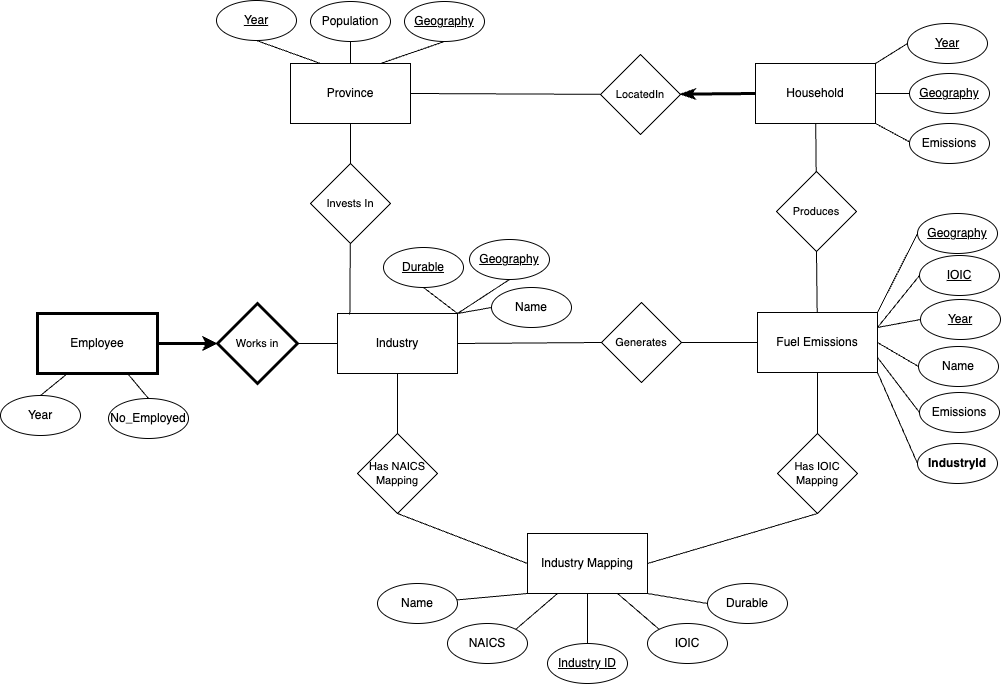
This is a4_database/updated_er_diagram.png from Kaylan-W/ghg-emissions-cpsc_368, a draw.io export, as it was before one commit. Source tidied: cells renumbered, new cells last; positions are measured from the earlier drawing's top-left corner, leaving out a move shared by most shapes.
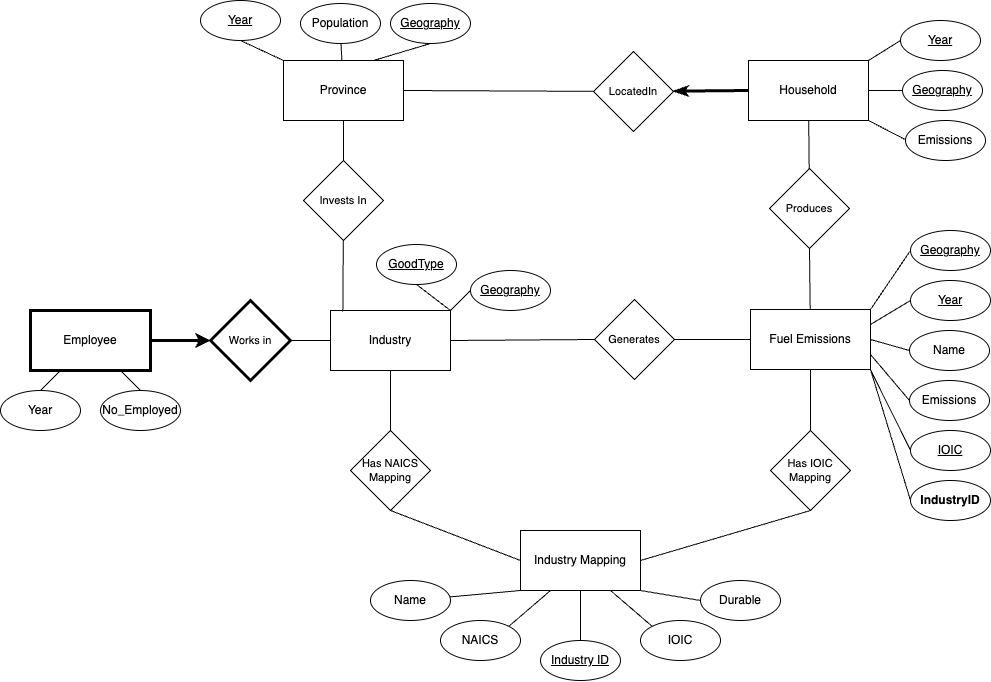
Above is the later version.

What changed in the source:
```diff
@@ -20,8 +20,10 @@
     <mxCell id="7" style="edgeStyle=none;shape=connector;rounded=0;jettySize=auto;html=1;entryX=0;entryY=0.5;entryDx=0;entryDy=0;labelBackgroundColor=default;strokeColor=default;align=center;verticalAlign=middle;fontFamily=Helvetica;fontSize=11;fontColor=default;endArrow=none;endFill=0;exitX=1;exitY=0.5;exitDx=0;exitDy=0;" parent="1" edge="1" source="9" target="17">
       <mxGeometry relative="1" as="geometry" />
     </mxCell>
-    <mxCell id="8" style="edgeStyle=none;shape=connector;rounded=0;jettySize=auto;html=1;exitX=0.5;exitY=1;exitDx=0;exitDy=0;entryX=0.5;entryY=0;entryDx=0;entryDy=0;labelBackgroundColor=default;strokeColor=default;align=center;verticalAlign=middle;fontFamily=Helvetica;fontSize=11;fontColor=default;endArrow=none;endFill=0;" parent="1" edge="1" source="9" target="43">
-      <mxGeometry relative="1" as="geometry" />
+    <mxCell id="8" style="edgeStyle=none;shape=connector;rounded=0;jettySize=auto;html=1;entryX=0.5;entryY=0;entryDx=0;entryDy=0;labelBackgroundColor=default;strokeColor=default;align=center;verticalAlign=middle;fontFamily=Helvetica;fontSize=11;fontColor=default;endArrow=none;endFill=0;" parent="1" edge="1" target="43">
+      <mxGeometry relative="1" as="geometry">
+        <mxPoint x="817" y="372" as="sourcePoint" />
+      </mxGeometry>
     </mxCell>
     <mxCell id="9" value="Fuel Emissions" style="whiteSpace=wrap;html=1;" parent="1" vertex="1">
       <mxGeometry x="757" y="312" width="120" height="60" as="geometry" />
@@ -33,22 +35,22 @@
       <mxGeometry x="290" y="63" width="120" height="60" as="geometry" />
     </mxCell>
     <mxCell id="12" value="Population" style="ellipse;whiteSpace=wrap;html=1;" parent="1" vertex="1">
-      <mxGeometry x="310" y="1" width="80" height="40" as="geometry" />
+      <mxGeometry x="307" y="6" width="80" height="40" as="geometry" />
     </mxCell>
     <mxCell id="13" style="edgeStyle=none;shape=connector;rounded=0;jettySize=auto;html=1;exitX=0.5;exitY=1;exitDx=0;exitDy=0;entryX=0.75;entryY=0;entryDx=0;entryDy=0;labelBackgroundColor=default;strokeColor=default;align=center;verticalAlign=middle;fontFamily=Helvetica;fontSize=11;fontColor=default;endArrow=none;endFill=0;" parent="1" edge="1" source="14" target="11">
       <mxGeometry relative="1" as="geometry" />
     </mxCell>
     <mxCell id="14" value="&lt;u&gt;Geography&lt;/u&gt;" style="ellipse;whiteSpace=wrap;html=1;" parent="1" vertex="1">
-      <mxGeometry x="404" y="1" width="80" height="40" as="geometry" />
+      <mxGeometry x="397" y="6" width="80" height="40" as="geometry" />
     </mxCell>
     <mxCell id="15" value="Emissions" style="ellipse;whiteSpace=wrap;html=1;" parent="1" vertex="1">
-      <mxGeometry x="919" y="392" width="80" height="40" as="geometry" />
+      <mxGeometry x="916" y="383" width="80" height="40" as="geometry" />
     </mxCell>
     <mxCell id="16" value="&lt;u&gt;Year&lt;/u&gt;" style="ellipse;whiteSpace=wrap;html=1;" parent="1" vertex="1">
-      <mxGeometry x="920" y="299" width="80" height="40" as="geometry" />
+      <mxGeometry x="917" y="283" width="80" height="40" as="geometry" />
     </mxCell>
     <mxCell id="17" value="Name" style="ellipse;whiteSpace=wrap;html=1;" parent="1" vertex="1">
-      <mxGeometry x="918" y="346" width="80" height="40" as="geometry" />
+      <mxGeometry x="916" y="333" width="80" height="40" as="geometry" />
     </mxCell>
     <mxCell id="18" style="edgeStyle=none;shape=connector;rounded=0;jettySize=auto;html=1;entryX=1;entryY=0.25;entryDx=0;entryDy=0;labelBackgroundColor=default;strokeColor=default;align=center;verticalAlign=middle;fontFamily=Helvetica;fontSize=11;fontColor=default;endArrow=none;endFill=0;exitX=0;exitY=0.5;exitDx=0;exitDy=0;" parent="1" edge="1" source="16" target="9">
       <mxGeometry relative="1" as="geometry" />
@@ -80,29 +82,21 @@
     <mxCell id="27" value="Name" style="ellipse;whiteSpace=wrap;html=1;" parent="1" vertex="1">
       <mxGeometry x="377" y="583" width="80" height="40" as="geometry" />
     </mxCell>
-    <mxCell id="28" style="edgeStyle=none;shape=connector;rounded=0;jettySize=auto;html=1;exitX=0;exitY=0.5;exitDx=0;exitDy=0;labelBackgroundColor=default;strokeColor=default;align=center;verticalAlign=middle;fontFamily=Helvetica;fontSize=11;fontColor=default;endArrow=none;endFill=0;" parent="1" edge="1" source="29">
-      <mxGeometry relative="1" as="geometry">
-        <mxPoint x="457" y="313" as="targetPoint" />
-      </mxGeometry>
-    </mxCell>
-    <mxCell id="29" value="Name" style="ellipse;whiteSpace=wrap;html=1;" parent="1" vertex="1">
-      <mxGeometry x="491" y="287" width="80" height="40" as="geometry" />
-    </mxCell>
-    <mxCell id="30" style="edgeStyle=none;shape=connector;rounded=0;jettySize=auto;html=1;exitX=0.5;exitY=1;exitDx=0;exitDy=0;entryX=1;entryY=0;entryDx=0;entryDy=0;labelBackgroundColor=default;strokeColor=default;align=center;verticalAlign=middle;fontFamily=Helvetica;fontSize=11;fontColor=default;endArrow=none;endFill=0;" parent="1" edge="1" source="31" target="3">
+    <mxCell id="30" style="edgeStyle=none;shape=connector;rounded=0;jettySize=auto;html=1;exitX=0;exitY=0.5;exitDx=0;exitDy=0;entryX=1;entryY=0;entryDx=0;entryDy=0;labelBackgroundColor=default;strokeColor=default;align=center;verticalAlign=middle;fontFamily=Helvetica;fontSize=11;fontColor=default;endArrow=none;endFill=0;" parent="1" edge="1" source="31" target="3">
       <mxGeometry relative="1" as="geometry" />
     </mxCell>
     <mxCell id="31" value="&lt;u&gt;Geography&lt;/u&gt;" style="ellipse;whiteSpace=wrap;html=1;" parent="1" vertex="1">
-      <mxGeometry x="469" y="239" width="80" height="40" as="geometry" />
+      <mxGeometry x="477" y="273" width="80" height="40" as="geometry" />
     </mxCell>
     <mxCell id="32" style="edgeStyle=none;shape=connector;rounded=0;jettySize=auto;html=1;exitX=0.5;exitY=1;exitDx=0;exitDy=0;labelBackgroundColor=default;strokeColor=default;align=center;verticalAlign=middle;fontFamily=Helvetica;fontSize=11;fontColor=default;endArrow=none;endFill=0;" parent="1" edge="1" source="33">
       <mxGeometry relative="1" as="geometry">
         <mxPoint x="457" y="313" as="targetPoint" />
       </mxGeometry>
     </mxCell>
-    <mxCell id="33" value="&lt;u&gt;Durable&lt;/u&gt;" style="ellipse;whiteSpace=wrap;html=1;" parent="1" vertex="1">
+    <mxCell id="33" value="&lt;u&gt;GoodType&lt;/u&gt;" style="ellipse;whiteSpace=wrap;html=1;" parent="1" vertex="1">
       <mxGeometry x="383" y="247" width="80" height="40" as="geometry" />
     </mxCell>
-    <mxCell id="34" style="edgeStyle=none;shape=connector;rounded=0;jettySize=auto;html=1;entryX=0.5;entryY=0;entryDx=0;entryDy=0;labelBackgroundColor=default;strokeColor=default;align=center;verticalAlign=middle;fontFamily=Helvetica;fontSize=11;fontColor=default;endArrow=none;endFill=0;exitX=0.25;exitY=1;exitDx=0;exitDy=0;" parent="1" edge="1" source="36" target="38">
+    <mxCell id="34" style="edgeStyle=none;shape=connector;rounded=0;jettySize=auto;html=1;entryX=0.5;entryY=0;entryDx=0;entryDy=0;labelBackgroundColor=default;strokeColor=default;align=center;verticalAlign=middle;fontFamily=Helvetica;fontSize=11;fontColor=default;endArrow=none;endFill=0;" parent="1" edge="1" source="36" target="38">
       <mxGeometry relative="1" as="geometry" />
     </mxCell>
     <mxCell id="35" style="edgeStyle=none;shape=connector;rounded=0;jettySize=auto;html=1;entryX=0;entryY=0.5;entryDx=0;entryDy=0;labelBackgroundColor=default;strokeColor=default;align=center;verticalAlign=middle;fontFamily=Helvetica;fontSize=11;fontColor=default;endArrow=classic;endFill=1;strokeWidth=3;" parent="1" edge="1" source="36" target="41">
@@ -112,10 +106,10 @@
       <mxGeometry x="37" y="313" width="120" height="60" as="geometry" />
     </mxCell>
     <mxCell id="37" value="No_Employed" style="ellipse;whiteSpace=wrap;html=1;" parent="1" vertex="1">
-      <mxGeometry x="108" y="398" width="80" height="40" as="geometry" />
+      <mxGeometry x="107" y="393" width="80" height="40" as="geometry" />
     </mxCell>
     <mxCell id="38" value="Year" style="ellipse;whiteSpace=wrap;html=1;" parent="1" vertex="1">
-      <mxGeometry y="395" width="80" height="40" as="geometry" />
+      <mxGeometry x="7" y="393" width="80" height="40" as="geometry" />
     </mxCell>
     <mxCell id="39" style="edgeStyle=none;shape=connector;rounded=0;jettySize=auto;html=1;entryX=0.75;entryY=1;entryDx=0;entryDy=0;labelBackgroundColor=default;strokeColor=default;align=center;verticalAlign=middle;fontFamily=Helvetica;fontSize=11;fontColor=default;endArrow=none;endFill=0;exitX=0.5;exitY=0;exitDx=0;exitDy=0;" parent="1" edge="1" source="37" target="36">
       <mxGeometry relative="1" as="geometry" />
@@ -162,11 +156,11 @@
     <mxCell id="53" value="&lt;u&gt;Geography&lt;/u&gt;" style="ellipse;whiteSpace=wrap;html=1;" parent="1" vertex="1">
       <mxGeometry x="909" y="73" width="80" height="40" as="geometry" />
     </mxCell>
-    <mxCell id="54" style="edgeStyle=none;shape=connector;rounded=0;jettySize=auto;html=1;exitX=0.5;exitY=1;exitDx=0;exitDy=0;labelBackgroundColor=default;strokeColor=default;align=center;verticalAlign=middle;fontFamily=Helvetica;fontSize=11;fontColor=default;endArrow=none;endFill=0;entryX=1;entryY=1;entryDx=0;entryDy=0;" parent="1" edge="1" source="55" target="52">
+    <mxCell id="54" style="edgeStyle=none;shape=connector;rounded=0;jettySize=auto;html=1;exitX=0.5;exitY=1;exitDx=0;exitDy=0;entryX=1;entryY=1;entryDx=0;entryDy=0;labelBackgroundColor=default;strokeColor=default;align=center;verticalAlign=middle;fontFamily=Helvetica;fontSize=11;fontColor=default;endArrow=none;endFill=0;" parent="1" edge="1" source="55" target="52">
       <mxGeometry relative="1" as="geometry" />
     </mxCell>
     <mxCell id="55" value="Emissions" style="ellipse;whiteSpace=wrap;html=1;" parent="1" vertex="1">
-      <mxGeometry x="909" y="123" width="80" height="40" as="geometry" />
+      <mxGeometry x="912" y="123" width="80" height="40" as="geometry" />
     </mxCell>
     <mxCell id="56" style="edgeStyle=none;shape=connector;rounded=0;jettySize=auto;html=1;entryX=0;entryY=0.5;entryDx=0;entryDy=0;labelBackgroundColor=default;strokeColor=default;align=center;verticalAlign=middle;fontFamily=Helvetica;fontSize=11;fontColor=default;endArrow=none;endFill=0;exitX=1;exitY=0.5;exitDx=0;exitDy=0;" parent="1" edge="1" source="3" target="47">
       <mxGeometry relative="1" as="geometry" />
@@ -189,35 +183,35 @@
     <mxCell id="62" value="Produces" style="rhombus;whiteSpace=wrap;html=1;fontFamily=Helvetica;fontSize=11;fontColor=default;" parent="1" vertex="1">
       <mxGeometry x="776" y="171" width="80" height="80" as="geometry" />
     </mxCell>
-    <mxCell id="63" style="edgeStyle=none;shape=connector;rounded=0;jettySize=auto;html=1;entryX=0.5;entryY=1;entryDx=0;entryDy=0;labelBackgroundColor=default;strokeColor=default;align=center;verticalAlign=middle;fontFamily=Helvetica;fontSize=11;fontColor=default;endArrow=none;endFill=0;exitX=0.25;exitY=0;exitDx=0;exitDy=0;" parent="1" edge="1" source="11" target="64">
-      <mxGeometry relative="1" as="geometry" />
-    </mxCell>
-    <mxCell id="64" value="&lt;u&gt;Year&lt;/u&gt;" style="ellipse;whiteSpace=wrap;html=1;" parent="1" vertex="1">
-      <mxGeometry x="216" width="80" height="40" as="geometry" />
-    </mxCell>
+    <mxCell id="69" style="edgeStyle=none;rounded=0;jettySize=auto;html=1;exitX=0;exitY=0.5;exitDx=0;exitDy=0;entryX=1;entryY=0;entryDx=0;entryDy=0;strokeColor=default;align=center;verticalAlign=middle;fontFamily=Helvetica;fontSize=11;fontColor=default;labelBackgroundColor=default;endArrow=none;endFill=0;" parent="1" edge="1" source="70" target="9">
+      <mxGeometry relative="1" as="geometry" />
+    </mxCell>
+    <mxCell id="70" value="&lt;u&gt;Geography&lt;/u&gt;" style="ellipse;whiteSpace=wrap;html=1;" parent="1" vertex="1">
+      <mxGeometry x="917" y="233" width="80" height="40" as="geometry" />
+    </mxCell>
+    <mxCell id="73" style="edgeStyle=none;rounded=0;jettySize=auto;html=1;exitX=0.5;exitY=1;exitDx=0;exitDy=0;entryX=0;entryY=0;entryDx=0;entryDy=0;strokeColor=default;align=center;verticalAlign=middle;fontFamily=Helvetica;fontSize=11;fontColor=default;labelBackgroundColor=default;endArrow=none;endFill=0;" parent="1" edge="1" source="74" target="11">
+      <mxGeometry relative="1" as="geometry" />
+    </mxCell>
+    <mxCell id="74" value="&lt;u&gt;Year&lt;/u&gt;" style="ellipse;whiteSpace=wrap;html=1;" parent="1" vertex="1">
+      <mxGeometry x="207" y="3" width="80" height="40" as="geometry" />
+    </mxCell>
+    <mxCell id="75" style="edgeStyle=none;rounded=0;jettySize=auto;html=1;exitX=0;exitY=0.5;exitDx=0;exitDy=0;entryX=1;entryY=0;entryDx=0;entryDy=0;strokeColor=default;align=center;verticalAlign=middle;fontFamily=Helvetica;fontSize=11;fontColor=default;labelBackgroundColor=default;endArrow=none;endFill=0;" parent="1" edge="1" source="76" target="52">
+      <mxGeometry relative="1" as="geometry" />
+    </mxCell>
+    <mxCell id="76" value="&lt;u&gt;Year&lt;/u&gt;" style="ellipse;whiteSpace=wrap;html=1;" parent="1" vertex="1">
+      <mxGeometry x="907" y="23" width="80" height="40" as="geometry" />
+    </mxCell>
-    <mxCell id="65" style="rounded=0;jettySize=auto;html=1;exitX=0;exitY=0.5;exitDx=0;exitDy=0;entryX=1;entryY=0.25;entryDx=0;entryDy=0;endArrow=none;endFill=0;" parent="1" edge="1" source="66" target="9">
+    <mxCell id="65" style="edgeStyle=none;rounded=0;jettySize=auto;html=1;exitX=0;exitY=0.5;exitDx=0;exitDy=0;entryX=1;entryY=1;entryDx=0;entryDy=0;strokeColor=default;align=center;verticalAlign=middle;fontFamily=Helvetica;fontSize=11;fontColor=default;labelBackgroundColor=default;endArrow=none;endFill=0;" parent="1" edge="1" source="66" target="9">
       <mxGeometry relative="1" as="geometry" />
     </mxCell>
     <mxCell id="66" value="&lt;u&gt;IOIC&lt;/u&gt;" style="ellipse;whiteSpace=wrap;html=1;" parent="1" vertex="1">
-      <mxGeometry x="919" y="255" width="80" height="40" as="geometry" />
+      <mxGeometry x="917" y="433" width="80" height="40" as="geometry" />
     </mxCell>
-    <mxCell id="67" style="rounded=0;jettySize=auto;html=1;exitX=0;exitY=0.5;exitDx=0;exitDy=0;entryX=1;entryY=0;entryDx=0;entryDy=0;endArrow=none;endFill=0;" parent="1" edge="1" source="68" target="52">
-      <mxGeometry relative="1" as="geometry" />
-    </mxCell>
-    <mxCell id="68" value="&lt;u&gt;Year&lt;/u&gt;" style="ellipse;whiteSpace=wrap;html=1;fontStyle=0;" parent="1" vertex="1">
-      <mxGeometry x="907" y="23" width="80" height="40" as="geometry" />
-    </mxCell>
-    <mxCell id="69" style="edgeStyle=none;rounded=0;jettySize=auto;html=1;exitX=0;exitY=0.5;exitDx=0;exitDy=0;entryX=1;entryY=0;entryDx=0;entryDy=0;strokeColor=default;align=center;verticalAlign=middle;fontFamily=Helvetica;fontSize=11;fontColor=default;labelBackgroundColor=default;endArrow=none;endFill=0;" parent="1" edge="1" source="70" target="9">
-      <mxGeometry relative="1" as="geometry" />
-    </mxCell>
-    <mxCell id="70" value="&lt;u&gt;Geography&lt;/u&gt;" style="ellipse;whiteSpace=wrap;html=1;" parent="1" vertex="1">
-      <mxGeometry x="917" y="213" width="80" height="40" as="geometry" />
-    </mxCell>
-    <mxCell id="71" style="edgeStyle=none;rounded=0;jettySize=auto;html=1;exitX=0;exitY=0.5;exitDx=0;exitDy=0;entryX=1;entryY=1;entryDx=0;entryDy=0;strokeColor=default;align=center;verticalAlign=middle;fontFamily=Helvetica;fontSize=11;fontColor=default;labelBackgroundColor=default;endArrow=none;endFill=0;" parent="1" edge="1" source="72" target="9">
-      <mxGeometry relative="1" as="geometry" />
-    </mxCell>
-    <mxCell id="72" value="&lt;b&gt;IndustryId&lt;/b&gt;" style="ellipse;whiteSpace=wrap;html=1;" parent="1" vertex="1">
-      <mxGeometry x="917" y="443" width="80" height="40" as="geometry" />
-    </mxCell>
+    <mxCell id="77" style="edgeStyle=none;rounded=0;jettySize=auto;html=1;exitX=0;exitY=0.5;exitDx=0;exitDy=0;entryX=1;entryY=1;entryDx=0;entryDy=0;strokeColor=default;align=center;verticalAlign=middle;fontFamily=Helvetica;fontSize=11;fontColor=default;labelBackgroundColor=default;endArrow=none;endFill=0;" parent="1" edge="1" source="78" target="9">
+      <mxGeometry relative="1" as="geometry" />
+    </mxCell>
+    <mxCell id="78" value="&lt;b&gt;IndustryID&lt;/b&gt;" style="ellipse;whiteSpace=wrap;html=1;" parent="1" vertex="1">
+      <mxGeometry x="917" y="483" width="80" height="40" as="geometry" />
+    </mxCell>
   </root>
 </mxGraphModel>
```
